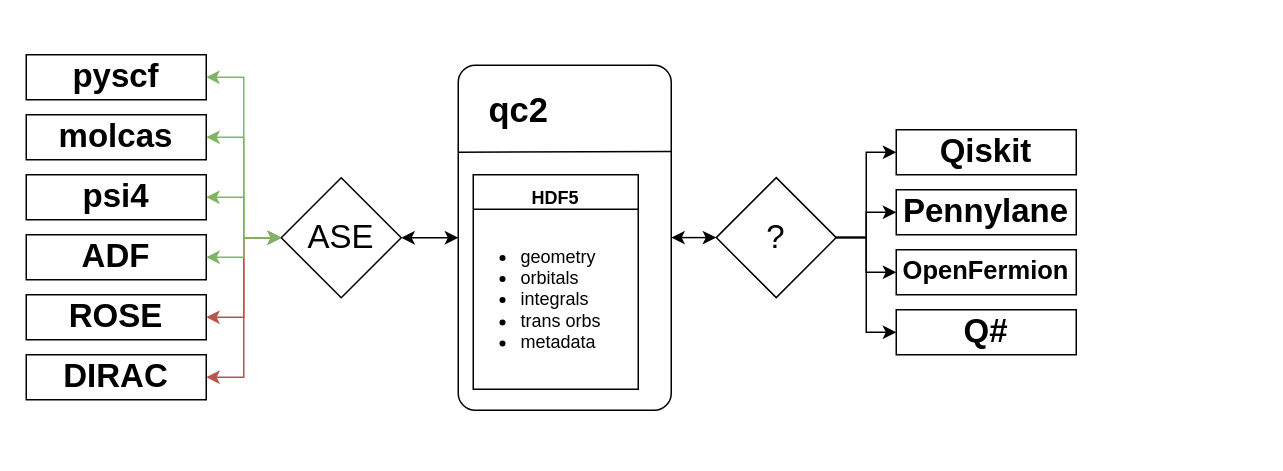
Earlier version of the draw.io diagram .dev/qc2nl.drawio (qc2nl/qc2). Source tidied: cells renumbered, new cells numbered last; positions are measured from the earlier drawing's top-left corner, leaving out a move shared by most shapes. Both pictures are drawn from the tidied source at 150%, with x=0, y=0 at pixel (26, 54).
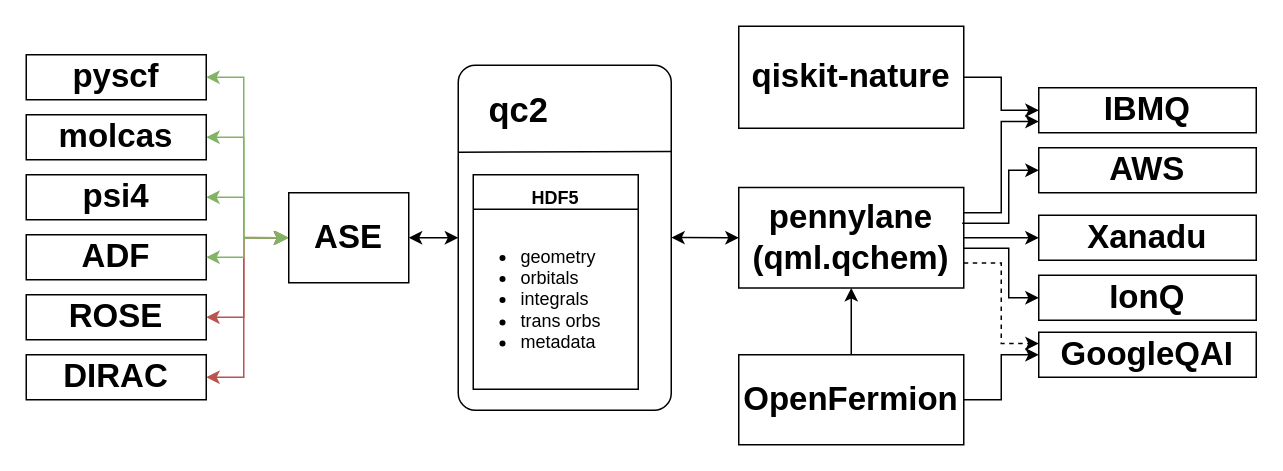
After the change.

Unchanged cells that the change refers to:
```xml
<mxCell id="11" value="&lt;font style=&quot;font-size: 22px;&quot;&gt;&lt;b&gt;pyscf&lt;/b&gt;&lt;/font&gt;" style="rounded=0;whiteSpace=wrap;html=1;fontSize=12;" parent="1" vertex="1">
  <mxGeometry width="120" height="30" as="geometry" />
</mxCell>
<mxCell id="12" value="&lt;font style=&quot;font-size: 22px;&quot;&gt;&lt;b&gt;molcas&lt;/b&gt;&lt;/font&gt;" style="rounded=0;whiteSpace=wrap;html=1;fontSize=12;" parent="1" vertex="1">
  <mxGeometry y="40" width="120" height="30" as="geometry" />
</mxCell>
<mxCell id="13" value="&lt;font style=&quot;font-size: 22px;&quot;&gt;&lt;b&gt;psi4&lt;/b&gt;&lt;/font&gt;" style="rounded=0;whiteSpace=wrap;html=1;fontSize=12;" parent="1" vertex="1">
  <mxGeometry y="80" width="120" height="30" as="geometry" />
</mxCell>
<mxCell id="14" value="&lt;font style=&quot;font-size: 22px;&quot;&gt;&lt;b&gt;ADF&lt;/b&gt;&lt;/font&gt;" style="rounded=0;whiteSpace=wrap;html=1;fontSize=12;" parent="1" vertex="1">
  <mxGeometry y="120" width="120" height="30" as="geometry" />
</mxCell>
<mxCell id="15" value="&lt;font style=&quot;font-size: 22px;&quot;&gt;&lt;b&gt;ROSE&lt;/b&gt;&lt;/font&gt;" style="rounded=0;whiteSpace=wrap;html=1;fontSize=12;" parent="1" vertex="1">
  <mxGeometry y="160" width="120" height="30" as="geometry" />
</mxCell>
<mxCell id="16" value="&lt;font style=&quot;font-size: 22px;&quot;&gt;&lt;b&gt;DIRAC&lt;/b&gt;&lt;/font&gt;" style="rounded=0;whiteSpace=wrap;html=1;fontSize=12;" parent="1" vertex="1">
  <mxGeometry y="200" width="120" height="30" as="geometry" />
</mxCell>
```

Diff of the diagram source:
```diff
@@
-    <mxCell id="2" style="edgeStyle=orthogonalEdgeStyle;rounded=0;jettySize=auto;html=1;exitX=0;exitY=0.5;exitDx=0;exitDy=0;entryX=1;entryY=0.5;entryDx=0;entryDy=0;fontSize=22;fillColor=#d5e8d4;strokeColor=#82b366;startArrow=classic;startFill=1;" parent="1" edge="1" source="17" target="12">
-      <mxGeometry relative="1" as="geometry" />
+    <mxCell id="2" style="edgeStyle=orthogonalEdgeStyle;rounded=0;jettySize=auto;html=1;exitX=-0.01;exitY=0.503;exitDx=0;exitDy=0;entryX=1;entryY=0.5;entryDx=0;entryDy=0;fontSize=22;fillColor=#d5e8d4;strokeColor=#82b366;startArrow=classic;startFill=1;exitPerimeter=0;" parent="1" edge="1" source="17" target="12">
+      <mxGeometry relative="1" as="geometry">
+        <Array as="points">
+          <mxPoint x="145" y="122" />
+          <mxPoint x="145" y="55" />
+        </Array>
+      </mxGeometry>
     </mxCell>
-    <mxCell id="3" style="edgeStyle=orthogonalEdgeStyle;rounded=0;jettySize=auto;html=1;exitX=0;exitY=0.5;exitDx=0;exitDy=0;entryX=1;entryY=0.5;entryDx=0;entryDy=0;fontSize=22;fillColor=#d5e8d4;strokeColor=#82b366;startArrow=classic;startFill=1;" parent="1" edge="1" source="17" target="13">
-      <mxGeometry relative="1" as="geometry" />
+    <mxCell id="3" style="edgeStyle=orthogonalEdgeStyle;rounded=0;jettySize=auto;html=1;exitX=-0.014;exitY=0.505;exitDx=0;exitDy=0;entryX=1;entryY=0.5;entryDx=0;entryDy=0;fontSize=22;fillColor=#d5e8d4;strokeColor=#82b366;startArrow=classic;startFill=1;exitPerimeter=0;" parent="1" edge="1" source="17" target="13">
+      <mxGeometry relative="1" as="geometry">
+        <Array as="points">
+          <mxPoint x="145" y="122" />
+          <mxPoint x="145" y="95" />
+        </Array>
+      </mxGeometry>
     </mxCell>
     <mxCell id="4" style="edgeStyle=orthogonalEdgeStyle;rounded=0;jettySize=auto;html=1;exitX=0;exitY=0.5;exitDx=0;exitDy=0;entryX=1;entryY=0.5;entryDx=0;entryDy=0;fontSize=22;fillColor=#f8cecc;strokeColor=#b85450;startArrow=classic;startFill=1;" parent="1" edge="1" source="17" target="15">
-      <mxGeometry relative="1" as="geometry" />
+      <mxGeometry relative="1" as="geometry">
+        <Array as="points">
+          <mxPoint x="145" y="122" />
+          <mxPoint x="145" y="175" />
+        </Array>
+      </mxGeometry>
     </mxCell>
-    <mxCell id="5" style="edgeStyle=orthogonalEdgeStyle;rounded=0;jettySize=auto;html=1;exitX=0;exitY=0.5;exitDx=0;exitDy=0;entryX=1;entryY=0.5;entryDx=0;entryDy=0;fontSize=22;fillColor=#f8cecc;strokeColor=#b85450;startArrow=classic;startFill=1;" parent="1" edge="1" source="17" target="16">
-      <mxGeometry relative="1" as="geometry" />
+    <mxCell id="5" style="edgeStyle=orthogonalEdgeStyle;rounded=0;jettySize=auto;html=1;exitX=-0.011;exitY=0.499;exitDx=0;exitDy=0;entryX=1;entryY=0.5;entryDx=0;entryDy=0;fontSize=22;fillColor=#f8cecc;strokeColor=#b85450;startArrow=classic;startFill=1;exitPerimeter=0;" parent="1" edge="1" source="17" target="16">
+      <mxGeometry relative="1" as="geometry">
+        <Array as="points">
+          <mxPoint x="145" y="122" />
+          <mxPoint x="145" y="215" />
+        </Array>
+      </mxGeometry>
     </mxCell>
@@
-    <mxCell id="17" value="ASE" style="rhombus;whiteSpace=wrap;html=1;fontSize=22;" parent="1" vertex="1">
-      <mxGeometry x="170" y="82" width="80" height="80" as="geometry" />
-    </mxCell>
@@
-    <mxCell id="19" style="edgeStyle=orthogonalEdgeStyle;rounded=0;jettySize=auto;html=1;exitX=0;exitY=0.5;exitDx=0;exitDy=0;entryX=1;entryY=0.5;entryDx=0;entryDy=0;fontSize=22;fillColor=#d5e8d4;strokeColor=#82b366;startArrow=classic;startFill=1;" parent="1" edge="1" source="17" target="11">
-      <mxGeometry relative="1" as="geometry" />
+    <mxCell id="19" style="edgeStyle=orthogonalEdgeStyle;rounded=0;jettySize=auto;html=1;exitX=-0.011;exitY=0.501;exitDx=0;exitDy=0;entryX=1;entryY=0.5;entryDx=0;entryDy=0;fontSize=22;fillColor=#d5e8d4;strokeColor=#82b366;startArrow=classic;startFill=1;exitPerimeter=0;" parent="1" edge="1" source="17" target="11">
+      <mxGeometry relative="1" as="geometry">
+        <Array as="points">
+          <mxPoint x="145" y="122" />
+          <mxPoint x="145" y="15" />
+        </Array>
+      </mxGeometry>
     </mxCell>
     <mxCell id="20" style="edgeStyle=orthogonalEdgeStyle;rounded=0;jettySize=auto;html=1;exitX=0;exitY=0.5;exitDx=0;exitDy=0;entryX=1;entryY=0.5;entryDx=0;entryDy=0;fontSize=22;fillColor=#d5e8d4;strokeColor=#82b366;startArrow=classic;startFill=1;" parent="1" edge="1" source="17" target="14">
-      <mxGeometry relative="1" as="geometry" />
+      <mxGeometry relative="1" as="geometry">
+        <Array as="points">
+          <mxPoint x="145" y="122" />
+          <mxPoint x="145" y="135" />
+        </Array>
+      </mxGeometry>
     </mxCell>
-    <mxCell id="21" style="endArrow=classic;startArrow=classic;html=1;rounded=0;fontSize=22;exitX=1;exitY=0.5;exitDx=0;exitDy=0;entryX=0;entryY=0.5;entryDx=0;entryDy=0;" parent="1" edge="1" target="23">
+    <mxCell id="21" style="endArrow=classic;startArrow=classic;html=1;rounded=0;fontSize=22;exitX=1;exitY=0.5;exitDx=0;exitDy=0;entryX=0;entryY=0.5;entryDx=0;entryDy=0;" parent="1" edge="1" target="25">
       <mxGeometry relative="1" as="geometry">
         <mxPoint x="430" y="121.9" as="sourcePoint" />
       </mxGeometry>
     </mxCell>
-    <mxCell id="22" style="edgeStyle=orthogonalEdgeStyle;rounded=0;jettySize=auto;html=1;exitX=1;exitY=0.5;exitDx=0;exitDy=0;entryX=0;entryY=0.5;entryDx=0;entryDy=0;fontSize=17;startArrow=none;startFill=0;" parent="1" edge="1" source="23" target="24">
-      <mxGeometry relative="1" as="geometry" />
-    </mxCell>
-    <mxCell id="23" value="?" style="rhombus;whiteSpace=wrap;html=1;fontSize=22;" parent="1" vertex="1">
-      <mxGeometry x="460" y="81.9" width="80" height="80" as="geometry" />
-    </mxCell>
-    <mxCell id="24" value="&lt;font style=&quot;font-size: 22px;&quot;&gt;&lt;b&gt;Qiskit&lt;/b&gt;&lt;/font&gt;" style="rounded=0;whiteSpace=wrap;html=1;fontSize=12;" parent="1" vertex="1">
-      <mxGeometry x="580" y="50" width="120" height="30" as="geometry" />
+    <mxCell id="24" value="&lt;font style=&quot;font-size: 22px;&quot;&gt;&lt;b&gt;qiskit-nature&lt;/b&gt;&lt;/font&gt;" style="rounded=0;whiteSpace=wrap;html=1;fontSize=12;" parent="1" vertex="1">
+      <mxGeometry x="475" y="-19" width="150" height="68" as="geometry" />
     </mxCell>
-    <mxCell id="25" value="&lt;font style=&quot;font-size: 22px;&quot;&gt;&lt;b&gt;Pennylane&lt;/b&gt;&lt;/font&gt;" style="rounded=0;whiteSpace=wrap;html=1;fontSize=12;" parent="1" vertex="1">
-      <mxGeometry x="580" y="90" width="120" height="30" as="geometry" />
+    <mxCell id="25" value="&lt;font style=&quot;font-size: 22px;&quot;&gt;&lt;b&gt;pennylane &lt;br&gt;(qml.qchem)&lt;/b&gt;&lt;/font&gt;" style="rounded=0;whiteSpace=wrap;html=1;fontSize=12;" parent="1" vertex="1">
+      <mxGeometry x="475" y="88.5" width="150" height="67" as="geometry" />
     </mxCell>
-    <mxCell id="26" value="&lt;font size=&quot;1&quot; style=&quot;&quot;&gt;&lt;b style=&quot;font-size: 17px;&quot;&gt;OpenFermion&lt;/b&gt;&lt;/font&gt;" style="rounded=0;whiteSpace=wrap;html=1;fontSize=12;" parent="1" vertex="1">
-      <mxGeometry x="580" y="130" width="120" height="30" as="geometry" />
+    <mxCell id="26" value="&lt;font size=&quot;1&quot; style=&quot;&quot;&gt;&lt;b style=&quot;font-size: 22px;&quot;&gt;OpenFermion&lt;/b&gt;&lt;/font&gt;" style="rounded=0;whiteSpace=wrap;html=1;fontSize=12;" parent="1" vertex="1">
+      <mxGeometry x="475" y="200" width="150" height="60" as="geometry" />
     </mxCell>
-    <mxCell id="27" value="&lt;font style=&quot;font-size: 22px;&quot;&gt;&lt;b&gt;Q#&lt;/b&gt;&lt;/font&gt;" style="rounded=0;whiteSpace=wrap;html=1;fontSize=12;" parent="1" vertex="1">
-      <mxGeometry x="580" y="170" width="120" height="30" as="geometry" />
-    </mxCell>
-    <mxCell id="28" style="edgeStyle=orthogonalEdgeStyle;rounded=0;jettySize=auto;html=1;exitX=1;exitY=0.5;exitDx=0;exitDy=0;entryX=0;entryY=0.5;entryDx=0;entryDy=0;fontSize=17;startArrow=none;startFill=0;" parent="1" edge="1" source="23" target="25">
-      <mxGeometry relative="1" as="geometry" />
-    </mxCell>
-    <mxCell id="29" style="edgeStyle=orthogonalEdgeStyle;rounded=0;jettySize=auto;html=1;exitX=1;exitY=0.5;exitDx=0;exitDy=0;entryX=0;entryY=0.5;entryDx=0;entryDy=0;fontSize=17;startArrow=none;startFill=0;" parent="1" edge="1" source="23" target="26">
-      <mxGeometry relative="1" as="geometry" />
-    </mxCell>
-    <mxCell id="30" style="edgeStyle=orthogonalEdgeStyle;rounded=0;jettySize=auto;html=1;exitX=1;exitY=0.5;exitDx=0;exitDy=0;entryX=0;entryY=0.5;entryDx=0;entryDy=0;fontSize=17;startArrow=none;startFill=0;" parent="1" edge="1" source="23" target="27">
-      <mxGeometry relative="1" as="geometry" />
-    </mxCell>
+    <mxCell id="31" value="&lt;font style=&quot;font-size: 22px;&quot;&gt;&lt;b&gt;IBMQ&lt;/b&gt;&lt;/font&gt;" style="rounded=0;whiteSpace=wrap;html=1;fontSize=12;" parent="1" vertex="1">
+      <mxGeometry x="675" y="22" width="145" height="30" as="geometry" />
+    </mxCell>
+    <mxCell id="32" value="&lt;font style=&quot;font-size: 22px;&quot;&gt;&lt;b&gt;Xanadu&lt;/b&gt;&lt;/font&gt;" style="rounded=0;whiteSpace=wrap;html=1;fontSize=12;" parent="1" vertex="1">
+      <mxGeometry x="675" y="107" width="145" height="30" as="geometry" />
+    </mxCell>
+    <mxCell id="33" value="&lt;font style=&quot;font-size: 22px;&quot;&gt;&lt;b&gt;GoogleQAI&lt;/b&gt;&lt;/font&gt;" style="rounded=0;whiteSpace=wrap;html=1;fontSize=12;" parent="1" vertex="1">
+      <mxGeometry x="675" y="185" width="145" height="30" as="geometry" />
+    </mxCell>
+    <mxCell id="34" style="edgeStyle=orthogonalEdgeStyle;rounded=0;jettySize=auto;html=1;entryX=0;entryY=0.5;entryDx=0;entryDy=0;fontSize=17;startArrow=none;startFill=0;exitX=1;exitY=0.5;exitDx=0;exitDy=0;" parent="1" edge="1" source="24" target="31">
+      <mxGeometry relative="1" as="geometry" />
+    </mxCell>
+    <mxCell id="35" style="edgeStyle=orthogonalEdgeStyle;rounded=0;jettySize=auto;html=1;entryX=0;entryY=0.5;entryDx=0;entryDy=0;fontSize=17;startArrow=none;startFill=0;exitX=1;exitY=0.5;exitDx=0;exitDy=0;" parent="1" edge="1" source="26" target="33">
+      <mxGeometry relative="1" as="geometry" />
+    </mxCell>
+    <mxCell id="36" style="edgeStyle=orthogonalEdgeStyle;rounded=0;jettySize=auto;html=1;fontSize=17;startArrow=none;startFill=0;exitX=1;exitY=0.5;exitDx=0;exitDy=0;entryX=0;entryY=0.5;entryDx=0;entryDy=0;" parent="1" edge="1" source="25" target="32">
+      <mxGeometry relative="1" as="geometry" />
+    </mxCell>
+    <mxCell id="37" style="edgeStyle=orthogonalEdgeStyle;rounded=0;jettySize=auto;html=1;fontSize=17;startArrow=none;startFill=0;exitX=1;exitY=0.75;exitDx=0;exitDy=0;entryX=0;entryY=0.25;entryDx=0;entryDy=0;dashed=1;" parent="1" edge="1" source="25" target="33">
+      <mxGeometry relative="1" as="geometry" />
+    </mxCell>
+    <mxCell id="38" style="edgeStyle=orthogonalEdgeStyle;rounded=0;jettySize=auto;html=1;fontSize=17;startArrow=none;startFill=0;exitX=1;exitY=0.25;exitDx=0;exitDy=0;entryX=0;entryY=0.75;entryDx=0;entryDy=0;" parent="1" edge="1" source="25" target="31">
+      <mxGeometry relative="1" as="geometry" />
+    </mxCell>
+    <mxCell id="39" value="&lt;font style=&quot;font-size: 22px;&quot;&gt;&lt;b&gt;AWS&lt;/b&gt;&lt;/font&gt;" style="rounded=0;whiteSpace=wrap;html=1;fontSize=12;" parent="1" vertex="1">
+      <mxGeometry x="675" y="62" width="145" height="30" as="geometry" />
+    </mxCell>
+    <mxCell id="40" style="edgeStyle=orthogonalEdgeStyle;rounded=0;jettySize=auto;html=1;fontSize=17;startArrow=none;startFill=0;exitX=0.993;exitY=0.356;exitDx=0;exitDy=0;entryX=0;entryY=0.5;entryDx=0;entryDy=0;exitPerimeter=0;" parent="1" edge="1" source="25" target="39">
+      <mxGeometry relative="1" as="geometry">
+        <Array as="points">
+          <mxPoint x="655" y="112" />
+          <mxPoint x="655" y="77" />
+        </Array>
+      </mxGeometry>
+    </mxCell>
+    <mxCell id="41" value="&lt;font style=&quot;font-size: 22px;&quot;&gt;&lt;b&gt;IonQ&lt;/b&gt;&lt;/font&gt;" style="rounded=0;whiteSpace=wrap;html=1;fontSize=12;" parent="1" vertex="1">
+      <mxGeometry x="675" y="147" width="145" height="30" as="geometry" />
+    </mxCell>
+    <mxCell id="42" style="edgeStyle=orthogonalEdgeStyle;rounded=0;jettySize=auto;html=1;fontSize=17;startArrow=none;startFill=0;entryX=0;entryY=0.5;entryDx=0;entryDy=0;" parent="1" edge="1" target="41">
+      <mxGeometry relative="1" as="geometry">
+        <mxPoint x="625" y="129" as="sourcePoint" />
+        <Array as="points">
+          <mxPoint x="655" y="129" />
+          <mxPoint x="655" y="162" />
+        </Array>
+      </mxGeometry>
+    </mxCell>
+    <mxCell id="43" style="edgeStyle=orthogonalEdgeStyle;rounded=0;jettySize=auto;html=1;exitX=0;exitY=0.5;exitDx=0;exitDy=0;dashed=1;fontSize=22;" parent="1" edge="1" source="17">
+      <mxGeometry relative="1" as="geometry">
+        <mxPoint x="174.9" y="121.9" as="targetPoint" />
+      </mxGeometry>
+    </mxCell>
+    <mxCell id="17" value="&lt;b&gt;ASE&lt;/b&gt;" style="rounded=0;whiteSpace=wrap;html=1;fontSize=22;" parent="1" vertex="1">
+      <mxGeometry x="175" y="92" width="80" height="60" as="geometry" />
+    </mxCell>
+    <mxCell id="44" style="edgeStyle=orthogonalEdgeStyle;rounded=0;jettySize=auto;html=1;entryX=0.5;entryY=1;entryDx=0;entryDy=0;fontSize=17;startArrow=none;startFill=0;exitX=0.5;exitY=0;exitDx=0;exitDy=0;" parent="1" edge="1" source="26" target="25">
+      <mxGeometry relative="1" as="geometry" />
+    </mxCell>
```
